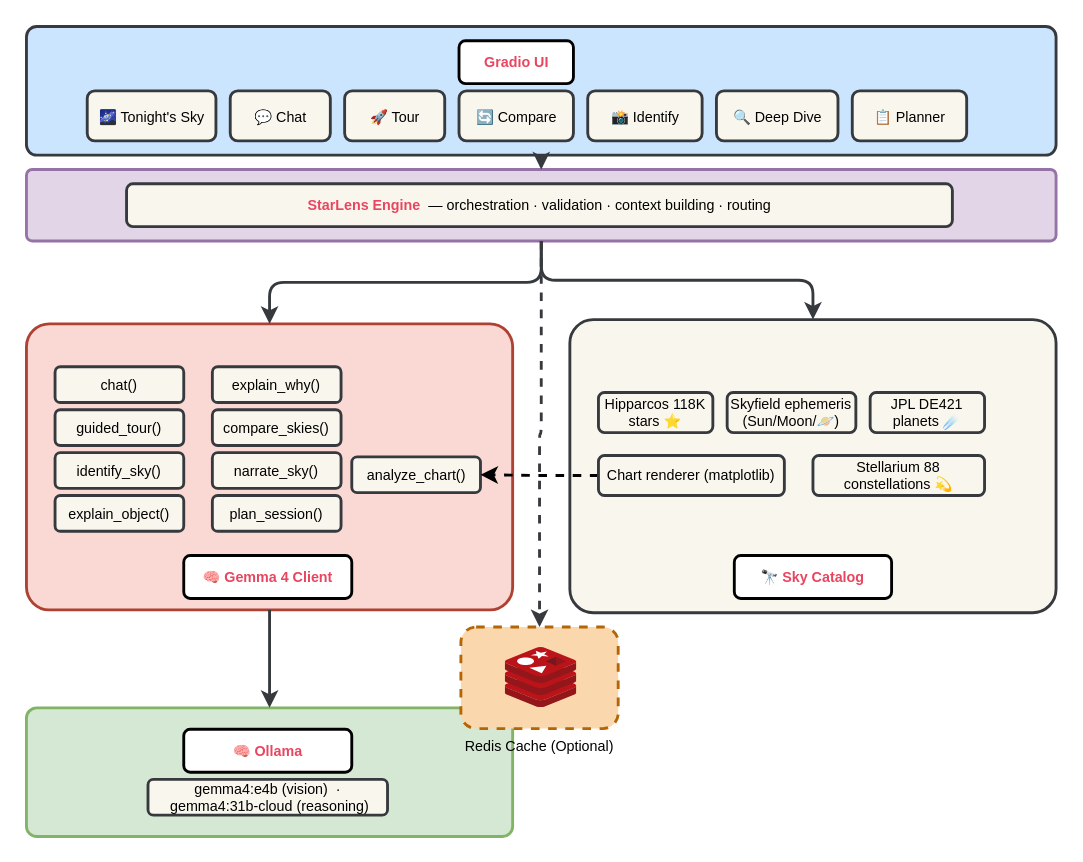
Earlier version of the draw.io diagram docs/architecture.drawio (imjoseangel/starlens). Source tidied: cells renumbered, new cells numbered last; positions are measured from the earlier drawing's top-left corner, leaving out a move shared by most shapes. Both pictures are drawn from the tidied source at 143%, with x=0, y=0 at pixel (26, 26). Pictures stored in the file or linked from it are replaced by grey dashed boxes.
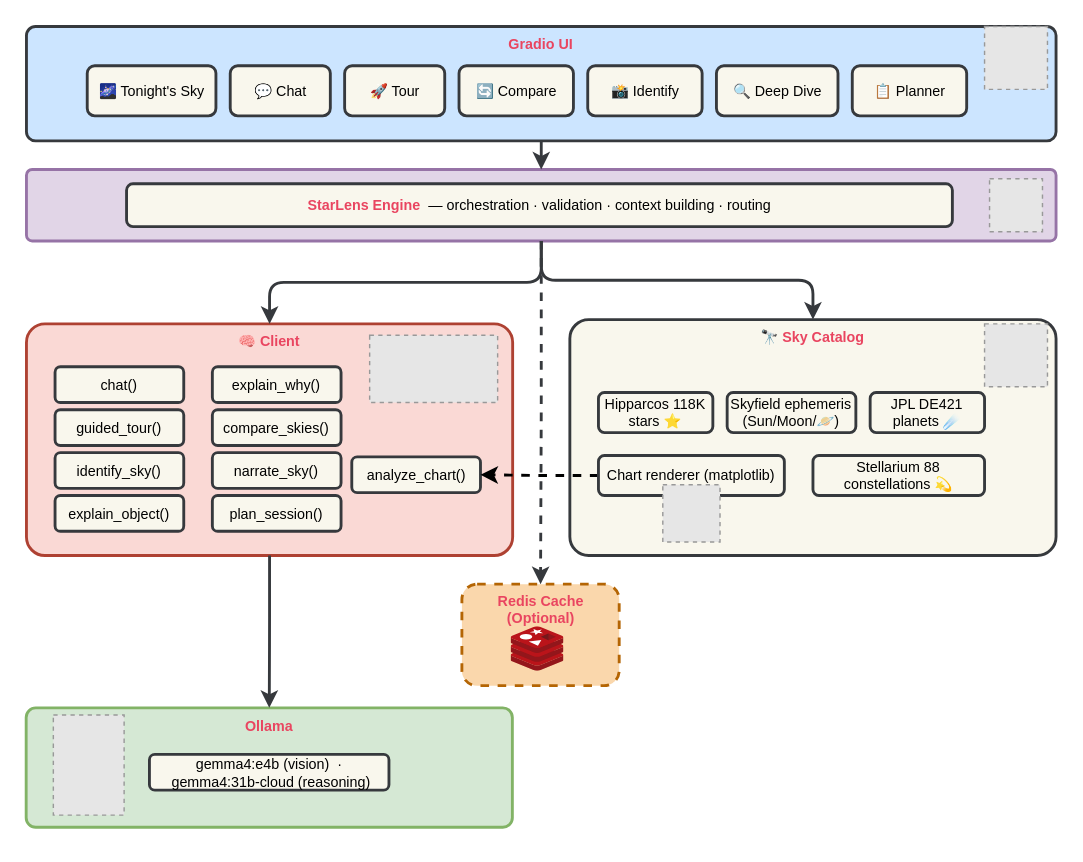
The same page after the edit.

The edit, as a diff of the source:
```diff
@@
-    <mxCell id="2" style="rounded=1;whiteSpace=wrap;html=1;fillColor=#cce5ff;strokeColor=#36393d;arcSize=8;strokeWidth=2;fontSize=10;" parent="1" vertex="1">
-      <mxGeometry width="720" height="90" as="geometry" />
+    <mxCell id="2" value="&lt;b style=&quot;white-space: nowrap;&quot;&gt;&lt;font color=&quot;#e94560&quot;&gt;Gradio UI&lt;/font&gt;&lt;/b&gt;" style="rounded=1;whiteSpace=wrap;html=1;fillColor=#cce5ff;strokeColor=#36393d;arcSize=8;strokeWidth=2;fontSize=10;verticalAlign=top;" parent="1" vertex="1">
+      <mxGeometry width="720" height="80" as="geometry" />
     </mxCell>
     <mxCell id="3" value="🌌 Tonight's Sky" style="rounded=1;whiteSpace=wrap;html=1;fillColor=#f9f7ed;strokeColor=#36393d;fontSize=10;strokeWidth=2;" parent="1" vertex="1">
-      <mxGeometry x="42.5" y="45" width="90" height="35" as="geometry" />
+      <mxGeometry x="42.5" y="27.5" width="90" height="35" as="geometry" />
     </mxCell>
     <mxCell id="4" value="💬 Chat" style="rounded=1;whiteSpace=wrap;html=1;fillColor=#f9f7ed;strokeColor=#36393d;fontSize=10;strokeWidth=2;" parent="1" vertex="1">
-      <mxGeometry x="142.5" y="45" width="70" height="35" as="geometry" />
+      <mxGeometry x="142.5" y="27.5" width="70" height="35" as="geometry" />
     </mxCell>
     <mxCell id="5" value="🚀 Tour" style="rounded=1;whiteSpace=wrap;html=1;fillColor=#f9f7ed;strokeColor=#36393d;fontSize=10;strokeWidth=2;" parent="1" vertex="1">
-      <mxGeometry x="222.5" y="45" width="70" height="35" as="geometry" />
+      <mxGeometry x="222.5" y="27.5" width="70" height="35" as="geometry" />
     </mxCell>
     <mxCell id="6" value="🔄 Compare" style="rounded=1;whiteSpace=wrap;html=1;fillColor=#f9f7ed;strokeColor=#36393d;fontSize=10;strokeWidth=2;" parent="1" vertex="1">
-      <mxGeometry x="302.5" y="45" width="80" height="35" as="geometry" />
+      <mxGeometry x="302.5" y="27.5" width="80" height="35" as="geometry" />
     </mxCell>
     <mxCell id="7" value="📸 Identify" style="rounded=1;whiteSpace=wrap;html=1;fillColor=#f9f7ed;strokeColor=#36393d;fontSize=10;strokeWidth=2;" parent="1" vertex="1">
-      <mxGeometry x="392.5" y="45" width="80" height="35" as="geometry" />
+      <mxGeometry x="392.5" y="27.5" width="80" height="35" as="geometry" />
     </mxCell>
     <mxCell id="8" value="🔍 Deep Dive" style="rounded=1;whiteSpace=wrap;html=1;fillColor=#f9f7ed;strokeColor=#36393d;fontSize=10;strokeWidth=2;" parent="1" vertex="1">
-      <mxGeometry x="482.5" y="45" width="85" height="35" as="geometry" />
+      <mxGeometry x="482.5" y="27.5" width="85" height="35" as="geometry" />
     </mxCell>
     <mxCell id="9" value="📋 Planner" style="rounded=1;whiteSpace=wrap;html=1;fillColor=#f9f7ed;strokeColor=#36393d;fontSize=10;strokeWidth=2;" parent="1" vertex="1">
-      <mxGeometry x="577.5" y="45" width="80" height="35" as="geometry" />
+      <mxGeometry x="577.5" y="27.5" width="80" height="35" as="geometry" />
     </mxCell>
@@
-    <mxCell id="12" style="rounded=1;whiteSpace=wrap;html=1;fillColor=#fad9d5;strokeColor=#ae4132;arcSize=8;strokeWidth=2;fontSize=10;" parent="1" vertex="1">
-      <mxGeometry y="208" width="340" height="200" as="geometry" />
+    <mxCell id="12" value="&lt;b style=&quot;white-space: nowrap;&quot;&gt;&lt;font color=&quot;#e94560&quot;&gt;🧠 Client&lt;/font&gt;&lt;/b&gt;" style="rounded=1;whiteSpace=wrap;html=1;fillColor=#fad9d5;strokeColor=#ae4132;arcSize=8;strokeWidth=2;fontSize=10;verticalAlign=top;" parent="1" vertex="1">
+      <mxGeometry y="208" width="340" height="162" as="geometry" />
     </mxCell>
@@
-    <mxCell id="22" style="rounded=1;whiteSpace=wrap;html=1;fillColor=#f9f7ed;strokeColor=#36393d;arcSize=8;strokeWidth=2;fontSize=10;" parent="1" vertex="1">
-      <mxGeometry x="380" y="205" width="340" height="205" as="geometry" />
+    <mxCell id="22" value="&lt;b style=&quot;white-space: nowrap;&quot;&gt;&lt;font color=&quot;#e94560&quot;&gt;🔭 Sky Catalog&lt;/font&gt;&lt;/b&gt;" style="rounded=1;whiteSpace=wrap;html=1;fillColor=#f9f7ed;strokeColor=#36393d;arcSize=8;strokeWidth=2;fontSize=10;verticalAlign=top;" parent="1" vertex="1">
+      <mxGeometry x="380" y="205" width="340" height="165" as="geometry" />
     </mxCell>
@@
-    <mxCell id="30" style="rounded=1;fillColor=#d5e8d4;strokeColor=#82b366;arcSize=8;strokeWidth=2;fontSize=10;whiteSpace=wrap;html=1;" parent="1" vertex="1">
-      <mxGeometry y="476.5" width="340" height="90" as="geometry" />
+    <mxCell id="30" value="&lt;b style=&quot;white-space: nowrap;&quot;&gt;&lt;font color=&quot;#e94560&quot;&gt;Ollama&lt;/font&gt;&lt;/b&gt;" style="rounded=1;fillColor=#d5e8d4;strokeColor=#82b366;arcSize=8;strokeWidth=2;fontSize=10;whiteSpace=wrap;html=1;verticalAlign=top;" parent="1" vertex="1">
+      <mxGeometry x="-0.2" y="476.5" width="340" height="83.5" as="geometry" />
     </mxCell>
@@
-    <mxCell id="33" value="&lt;b style=&quot;white-space: nowrap;&quot;&gt;&lt;font color=&quot;#e94560&quot;&gt;Gradio UI&lt;/font&gt;&lt;/b&gt;" style="rounded=1;whiteSpace=wrap;html=1;strokeWidth=2;fontSize=10;" parent="1" vertex="1">
-      <mxGeometry x="302.5" y="10" width="80" height="30" as="geometry" />
-    </mxCell>
@@
-    <mxCell id="35" value="&lt;b style=&quot;white-space: nowrap;&quot;&gt;&lt;font color=&quot;#e94560&quot;&gt;🔭 Sky Catalog&lt;/font&gt;&lt;/b&gt;" style="rounded=1;whiteSpace=wrap;html=1;strokeWidth=2;fontSize=10;" parent="1" vertex="1">
-      <mxGeometry x="495" y="370" width="110" height="30" as="geometry" />
-    </mxCell>
-    <mxCell id="36" value="&lt;b style=&quot;white-space: nowrap;&quot;&gt;&lt;font color=&quot;#e94560&quot;&gt;🧠 Gemma 4 Client&lt;/font&gt;&lt;/b&gt;" style="rounded=1;whiteSpace=wrap;html=1;strokeWidth=2;fontSize=10;" parent="1" vertex="1">
-      <mxGeometry x="110" y="370" width="117.5" height="30" as="geometry" />
-    </mxCell>
-    <mxCell id="37" value="Redis Cache (Optional)" style="rounded=1;whiteSpace=wrap;html=1;fillColor=#fad7ac;strokeColor=#b46504;fontSize=10;labelPosition=center;verticalLabelPosition=bottom;align=center;verticalAlign=top;dashed=1;strokeWidth=2;" parent="1" vertex="1">
-      <mxGeometry x="303.8" y="420" width="110" height="71" as="geometry" />
+    <mxCell id="37" value="&lt;b style=&quot;white-space: nowrap;&quot;&gt;&lt;font color=&quot;#e94560&quot;&gt;Redis Cache &lt;br&gt;(Optional)&lt;/font&gt;&lt;/b&gt;" style="rounded=1;whiteSpace=wrap;html=1;fillColor=#fad7ac;strokeColor=#b46504;fontSize=10;labelPosition=center;verticalLabelPosition=middle;align=center;verticalAlign=top;dashed=1;strokeWidth=2;" parent="1" vertex="1">
+      <mxGeometry x="304.5" y="390" width="110" height="71" as="geometry" />
     </mxCell>
     <mxCell id="38" style="image;sketch=0;html=1;align=center;fontSize=10;image=img/lib/mscae/Cache_Redis_Product.svg;strokeWidth=2;" parent="1" vertex="1">
-      <mxGeometry x="335" y="434.5" width="50" height="42" as="geometry" />
+      <mxGeometry x="339.1" y="420" width="36.9" height="31" as="geometry" />
     </mxCell>
@@
-    <mxCell id="40" value="&lt;b style=&quot;white-space: nowrap;&quot;&gt;&lt;font color=&quot;#e94560&quot;&gt;🧠 Ollama&lt;/font&gt;&lt;/b&gt;" style="rounded=1;whiteSpace=wrap;html=1;strokeWidth=2;fontSize=10;" parent="1" vertex="1">
-      <mxGeometry x="110" y="491.5" width="117.5" height="30" as="geometry" />
-    </mxCell>
     <mxCell id="41" value="gemma4:e4b (vision)&amp;nbsp; · &amp;nbsp;gemma4:31b-cloud (reasoning)" style="rounded=1;whiteSpace=wrap;html=1;fillColor=#f9f7ed;strokeColor=#36393d;fontSize=10;strokeWidth=2;" parent="1" vertex="1">
-      <mxGeometry x="85" y="526.5" width="167.5" height="25" as="geometry" />
+      <mxGeometry x="86" y="509" width="167.5" height="25" as="geometry" />
     </mxCell>
+    <mxCell id="42" style="fillColor=#E6E6E6;strokeColor=#999999;dashed=1;verticalLabelPosition=bottom;labelBackgroundColor=default;verticalAlign=top;" parent="1" vertex="1">
+      <mxGeometry x="18.8" y="481.5" width="49.5" height="70" as="geometry" />
+    </mxCell>
+    <mxCell id="43" style="fillColor=#E6E6E6;strokeColor=#999999;dashed=1;verticalLabelPosition=bottom;labelBackgroundColor=default;verticalAlign=top;" parent="1" vertex="1">
+      <mxGeometry x="240" y="216" width="89.5" height="47" as="geometry" />
+    </mxCell>
+    <mxCell id="44" style="fillColor=#E6E6E6;strokeColor=#999999;dashed=1;verticalLabelPosition=bottom;labelBackgroundColor=default;verticalAlign=top;" parent="1" vertex="1">
+      <mxGeometry x="670" y="208" width="44" height="44" as="geometry" />
+    </mxCell>
+    <mxCell id="45" style="fillColor=#E6E6E6;strokeColor=#999999;dashed=1;verticalLabelPosition=bottom;labelBackgroundColor=default;verticalAlign=top;" parent="1" vertex="1">
+      <mxGeometry x="670" width="44" height="44" as="geometry" />
+    </mxCell>
+    <mxCell id="46" style="fillColor=#E6E6E6;strokeColor=#999999;dashed=1;verticalLabelPosition=bottom;labelBackgroundColor=default;verticalAlign=top;" parent="1" vertex="1">
+      <mxGeometry x="673.5" y="106.5" width="37" height="37" as="geometry" />
+    </mxCell>
+    <mxCell id="47" style="fillColor=#E6E6E6;strokeColor=#999999;dashed=1;verticalLabelPosition=bottom;labelBackgroundColor=default;verticalAlign=top;" parent="1" vertex="1">
+      <mxGeometry x="445" y="320.5" width="40" height="40" as="geometry" />
+    </mxCell>
```
